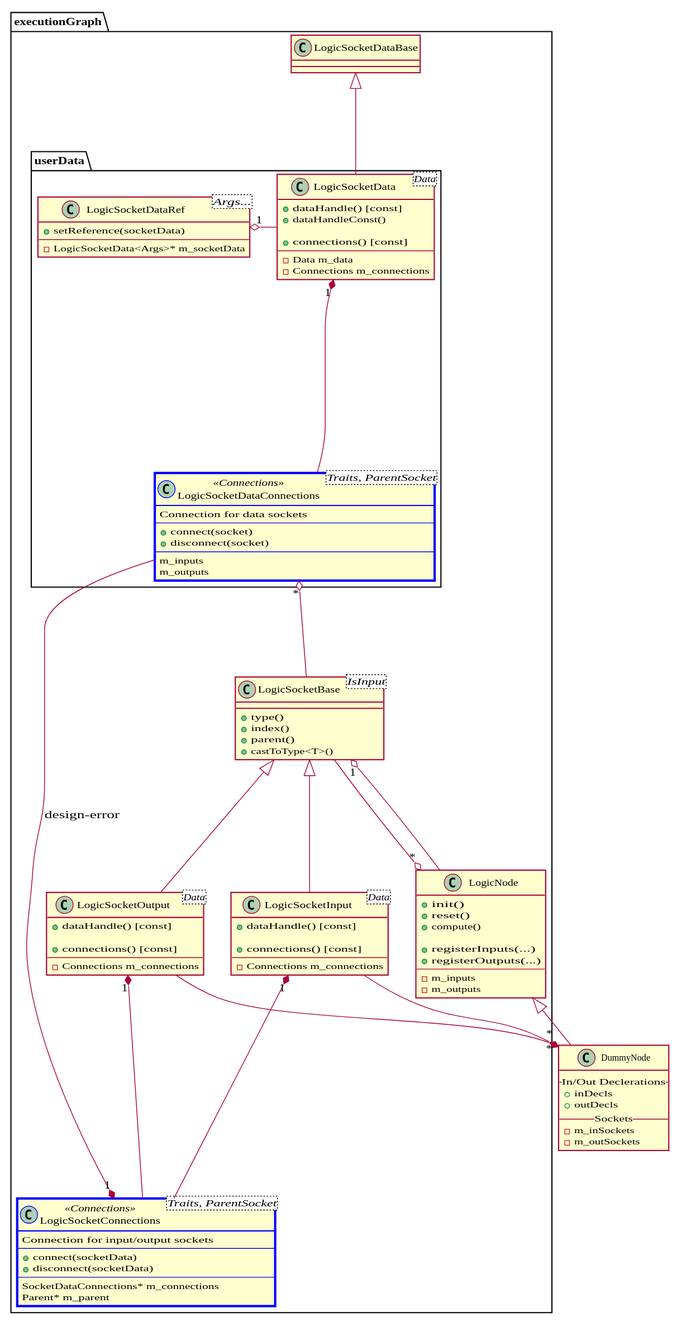
gabyx/ExecutionGraph keeps this PlantUML diagram as docs/design/core.svg. Above is the earlier version.
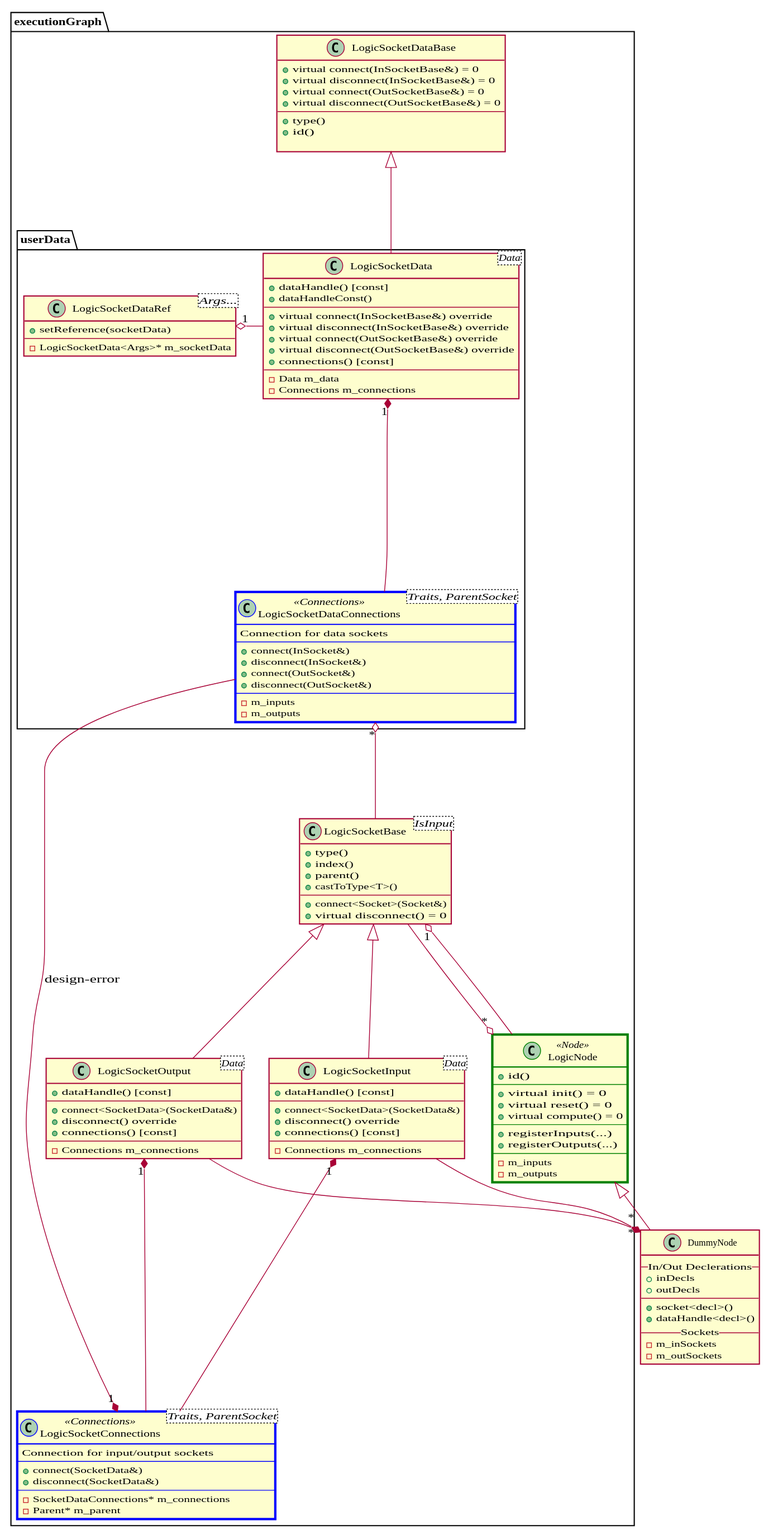
After the commit.

The edit, as a diff of the source:
```diff
@@ -6,12 +6,18 @@
 skinparam class{
     BorderColor<< Connections >> Blue
     BorderThickness<< Connections >> 3
+
+    BorderColor<< Node >> Green
+    BorderThickness<< Node >> 3
 }
 
 class DummyNode{
     --  In/Out Declerations --
     + inDecls
     + outDecls
+    --
+    + socket<decl>()
+    + dataHandle<decl>()
     -- Sockets --
     - m_inSockets
     - m_outSockets
@@ -19,11 +25,13 @@
 
 namespace executionGraph{
 
-    class LogicNode{
-        + init()
-        + reset()
-        + compute()
-
+    class LogicNode <<Node>> {
+        + id()
+        --
+        + virtual init() = 0
+        + virtual reset() = 0
+        + virtual compute() = 0
+        --
         + registerInputs(...)
         + registerOutputs(...)
         --
@@ -33,7 +41,9 @@
 
     class LogicSocketInput<Data> {
         + dataHandle() [const]
-
+        --
+        + connect<SocketData>(SocketData&)
+        + disconnect() override
         + connections() [const]
         --
         - Connections m_connections
@@ -41,7 +51,9 @@
 
     class LogicSocketOutput<Data> {
         + dataHandle() [const]
-
+        --
+        + connect<SocketData>(SocketData&)
+        + disconnect() override
         + connections() [const]
         --
         - Connections m_connections
@@ -52,33 +64,42 @@
         + index()
         + parent()
         + castToType<T>()
+        --
+        + connect<Socket>(Socket&)
+        + virtual disconnect() = 0
     }
 
     class LogicSocketConnections<Traits, ParentSocket> << Connections >>{
         Connection for input/output sockets
         --
-        + connect(socketData)
-        + disconnect(socketData)
+        + connect(SocketData&)
+        + disconnect(SocketData&)
         --
-        SocketDataConnections* m_connections
-        Parent* m_parent
+        - SocketDataConnections* m_connections
+        - Parent* m_parent
     }
 
     namespace userData{
         class LogicSocketDataConnections<Traits, ParentSocket> << Connections >> {
             Connection for data sockets
             --
-            + connect(socket)
-            + disconnect(socket)
+            + connect(InSocket&)
+            + disconnect(InSocket&)
+            + connect(OutSocket&)
+            + disconnect(OutSocket&)
             --
-            m_inputs
-            m_outputs
+            - m_inputs
+            - m_outputs
         }
 
         class LogicSocketData<Data>{
             + dataHandle() [const]
             + dataHandleConst()
-
+            --
+            + virtual connect(InSocketBase&) override
+            + virtual disconnect(InSocketBase&) override
+            + virtual connect(OutSocketBase&) override
+            + virtual disconnect(OutSocketBase&) override
             + connections() [const]
             --
             - Data m_data
@@ -95,6 +116,13 @@
     }
 
     class LogicSocketDataBase{
+        + virtual connect(InSocketBase&) = 0
+        + virtual disconnect(InSocketBase&) = 0
+        + virtual connect(OutSocketBase&) = 0
+        + virtual disconnect(OutSocketBase&) = 0
+        --
+        + type()
+        + id()
 
     }
 }
```
